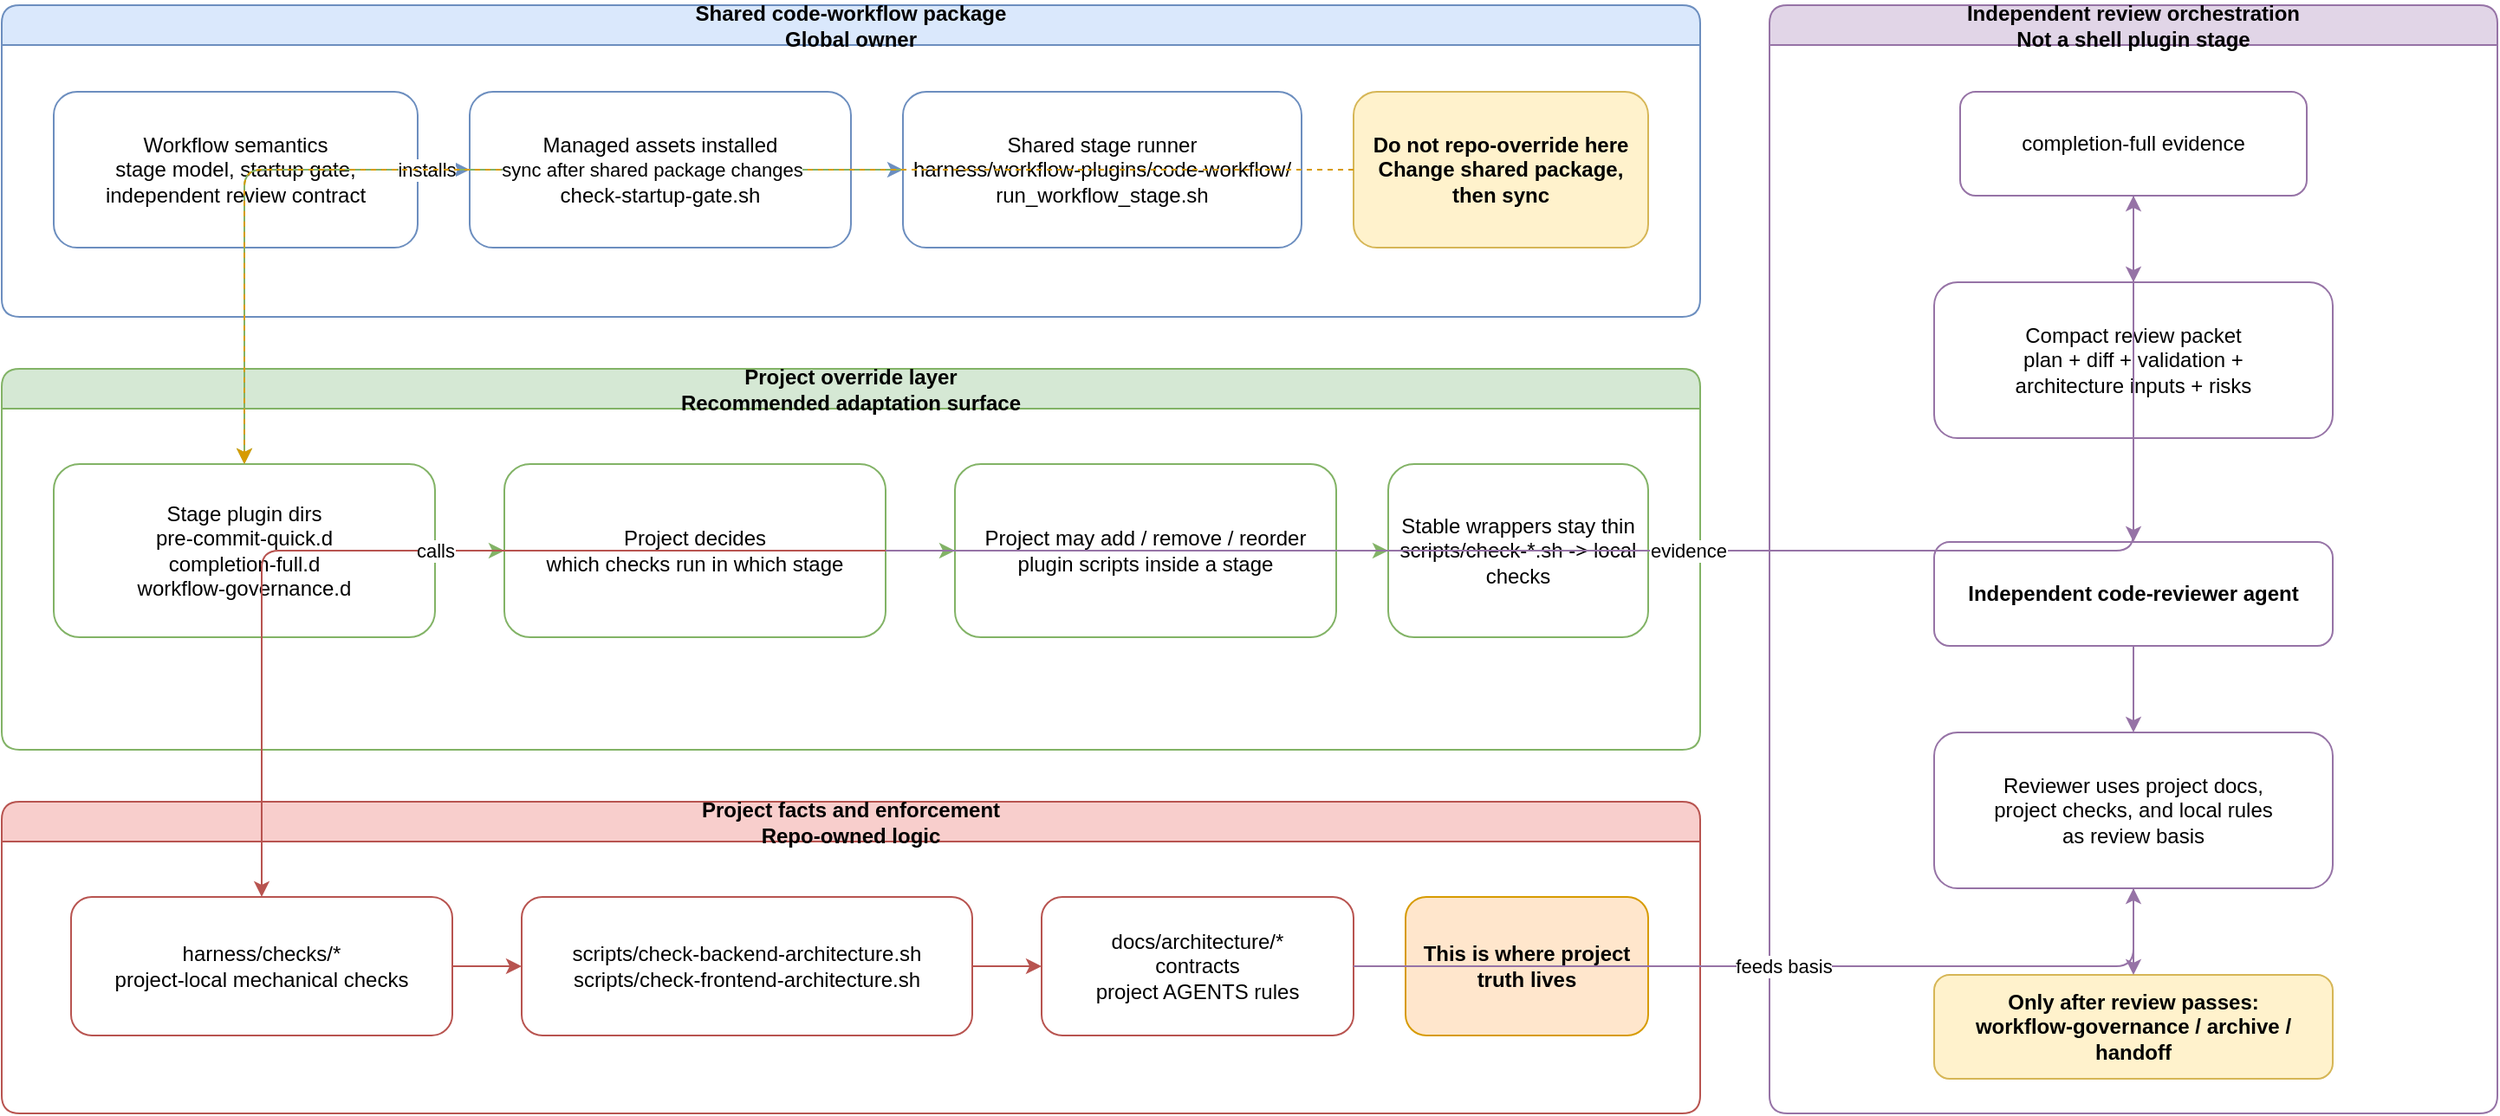
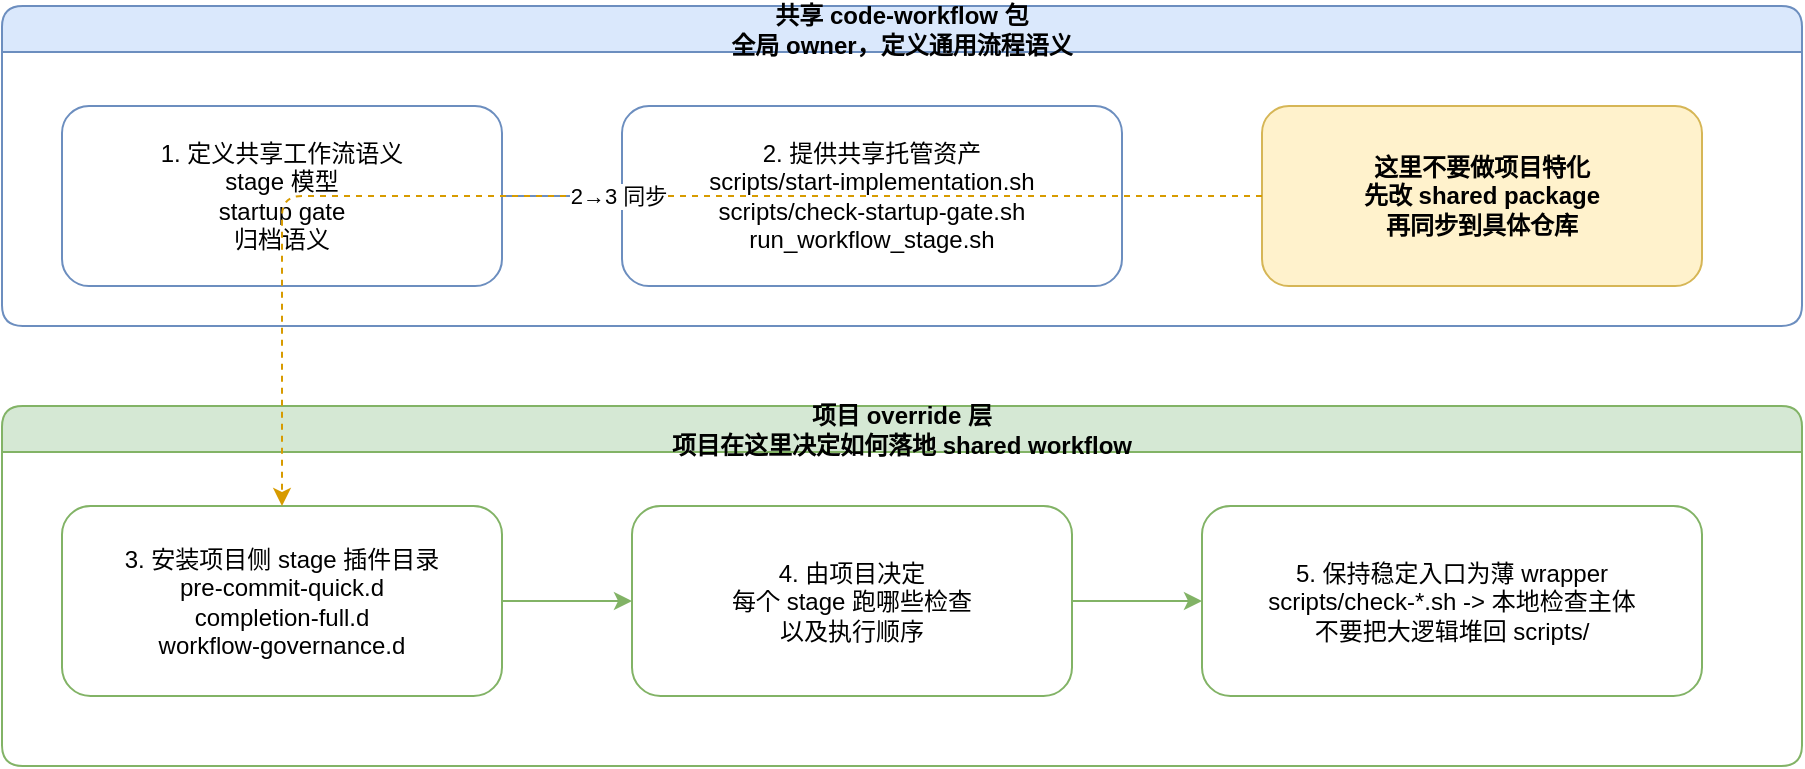
- <mxfile host="app.diagrams.net" modified="2026-06-06T23:30:00.000Z" agent="Codex" version="30.0.2">
+ <mxfile host="app.diagrams.net" modified="2026-06-07T05:05:00.000Z" agent="Codex" version="30.0.2">
  <diagram id="override-model" name="Override Model">
-     <mxGraphModel dx="1420" dy="840" grid="1" gridSize="10" guides="1" tooltips="1" connect="1" arrows="1" fold="1" page="1" pageScale="1" pageWidth="1600" pageHeight="900" math="0" shadow="0">
+     <mxGraphModel dx="1420" dy="840" grid="1" gridSize="10" guides="1" tooltips="1" connect="1" arrows="1" fold="1" page="1" pageScale="1" pageWidth="1200" pageHeight="700" math="0" shadow="0">
      <root>
        <mxCell id="0" />
        <mxCell id="1" parent="0" />
-         <mxCell id="10" value="Shared code-workflow package&#xa;Global owner" style="swimlane;html=1;rounded=1;whiteSpace=wrap;fillColor=#dae8fc;strokeColor=#6c8ebf;fontStyle=1;" vertex="1" parent="1">
-           <mxGeometry x="20" y="20" width="980" height="180" as="geometry" />
+ 
+         <mxCell id="10" value="共享 code-workflow 包&#xa;全局 owner，定义通用流程语义" style="swimlane;html=1;rounded=1;whiteSpace=wrap;fillColor=#dae8fc;strokeColor=#6c8ebf;fontStyle=1;" vertex="1" parent="1">
+           <mxGeometry x="20" y="20" width="900" height="160" as="geometry" />
        </mxCell>
-         <mxCell id="11" value="Workflow semantics&#xa;stage model, startup gate,&#xa;independent review contract" style="rounded=1;whiteSpace=wrap;html=1;fillColor=#ffffff;strokeColor=#6c8ebf;" vertex="1" parent="10">
-           <mxGeometry x="30" y="50" width="210" height="90" as="geometry" />
+         <mxCell id="11" value="1. 定义共享工作流语义&#xa;stage 模型&#xa;startup gate&#xa;归档语义" style="rounded=1;whiteSpace=wrap;html=1;fillColor=#ffffff;strokeColor=#6c8ebf;" vertex="1" parent="10">
+           <mxGeometry x="30" y="50" width="220" height="90" as="geometry" />
        </mxCell>
-         <mxCell id="12" value="Managed assets installed&#xa;scripts/start-implementation.sh&#xa;check-startup-gate.sh" style="rounded=1;whiteSpace=wrap;html=1;fillColor=#ffffff;strokeColor=#6c8ebf;" vertex="1" parent="10">
-           <mxGeometry x="270" y="50" width="220" height="90" as="geometry" />
+         <mxCell id="12" value="2. 提供共享托管资产&#xa;scripts/start-implementation.sh&#xa;scripts/check-startup-gate.sh&#xa;run_workflow_stage.sh" style="rounded=1;whiteSpace=wrap;html=1;fillColor=#ffffff;strokeColor=#6c8ebf;" vertex="1" parent="10">
+           <mxGeometry x="310" y="50" width="250" height="90" as="geometry" />
        </mxCell>
-         <mxCell id="13" value="Shared stage runner&#xa;harness/workflow-plugins/code-workflow/&#xa;run_workflow_stage.sh" style="rounded=1;whiteSpace=wrap;html=1;fillColor=#ffffff;strokeColor=#6c8ebf;" vertex="1" parent="10">
-           <mxGeometry x="520" y="50" width="230" height="90" as="geometry" />
-         </mxCell>
-         <mxCell id="14" value="Do not repo-override here&#xa;Change shared package, then sync" style="rounded=1;whiteSpace=wrap;html=1;fillColor=#fff2cc;strokeColor=#d6b656;fontStyle=1;" vertex="1" parent="10">
-           <mxGeometry x="780" y="50" width="170" height="90" as="geometry" />
+         <mxCell id="13" value="这里不要做项目特化&#xa;先改 shared package&#xa;再同步到具体仓库" style="rounded=1;whiteSpace=wrap;html=1;fillColor=#fff2cc;strokeColor=#d6b656;fontStyle=1;" vertex="1" parent="10">
+           <mxGeometry x="630" y="50" width="220" height="90" as="geometry" />
        </mxCell>

-         <mxCell id="20" value="Project override layer&#xa;Recommended adaptation surface" style="swimlane;html=1;rounded=1;whiteSpace=wrap;fillColor=#d5e8d4;strokeColor=#82b366;fontStyle=1;" vertex="1" parent="1">
-           <mxGeometry x="20" y="230" width="980" height="220" as="geometry" />
+         <mxCell id="20" value="项目 override 层&#xa;项目在这里决定如何落地 shared workflow" style="swimlane;html=1;rounded=1;whiteSpace=wrap;fillColor=#d5e8d4;strokeColor=#82b366;fontStyle=1;" vertex="1" parent="1">
+           <mxGeometry x="20" y="220" width="900" height="180" as="geometry" />
        </mxCell>
-         <mxCell id="21" value="Stage plugin dirs&#xa;pre-commit-quick.d&#xa;completion-full.d&#xa;workflow-governance.d" style="rounded=1;whiteSpace=wrap;html=1;fillColor=#ffffff;strokeColor=#82b366;" vertex="1" parent="20">
-           <mxGeometry x="30" y="55" width="220" height="100" as="geometry" />
+         <mxCell id="21" value="3. 安装项目侧 stage 插件目录&#xa;pre-commit-quick.d&#xa;completion-full.d&#xa;workflow-governance.d" style="rounded=1;whiteSpace=wrap;html=1;fillColor=#ffffff;strokeColor=#82b366;" vertex="1" parent="20">
+           <mxGeometry x="30" y="50" width="220" height="95" as="geometry" />
        </mxCell>
-         <mxCell id="22" value="Project decides&#xa;which checks run in which stage" style="rounded=1;whiteSpace=wrap;html=1;fillColor=#ffffff;strokeColor=#82b366;" vertex="1" parent="20">
-           <mxGeometry x="290" y="55" width="220" height="100" as="geometry" />
+         <mxCell id="22" value="4. 由项目决定&#xa;每个 stage 跑哪些检查&#xa;以及执行顺序" style="rounded=1;whiteSpace=wrap;html=1;fillColor=#ffffff;strokeColor=#82b366;" vertex="1" parent="20">
+           <mxGeometry x="315" y="50" width="220" height="95" as="geometry" />
        </mxCell>
-         <mxCell id="23" value="Project may add / remove / reorder&#xa;plugin scripts inside a stage" style="rounded=1;whiteSpace=wrap;html=1;fillColor=#ffffff;strokeColor=#82b366;" vertex="1" parent="20">
-           <mxGeometry x="550" y="55" width="220" height="100" as="geometry" />
-         </mxCell>
-         <mxCell id="24" value="Stable wrappers stay thin&#xa;scripts/check-*.sh -> local checks" style="rounded=1;whiteSpace=wrap;html=1;fillColor=#ffffff;strokeColor=#82b366;" vertex="1" parent="20">
-           <mxGeometry x="800" y="55" width="150" height="100" as="geometry" />
-         </mxCell>
- 
-         <mxCell id="30" value="Project facts and enforcement&#xa;Repo-owned logic" style="swimlane;html=1;rounded=1;whiteSpace=wrap;fillColor=#f8cecc;strokeColor=#b85450;fontStyle=1;" vertex="1" parent="1">
-           <mxGeometry x="20" y="480" width="980" height="180" as="geometry" />
-         </mxCell>
-         <mxCell id="31" value="harness/checks/*&#xa;project-local mechanical checks" style="rounded=1;whiteSpace=wrap;html=1;fillColor=#ffffff;strokeColor=#b85450;" vertex="1" parent="30">
-           <mxGeometry x="40" y="55" width="220" height="80" as="geometry" />
-         </mxCell>
-         <mxCell id="32" value="scripts/check-backend-architecture.sh&#xa;scripts/check-frontend-architecture.sh" style="rounded=1;whiteSpace=wrap;html=1;fillColor=#ffffff;strokeColor=#b85450;" vertex="1" parent="30">
-           <mxGeometry x="300" y="55" width="260" height="80" as="geometry" />
-         </mxCell>
-         <mxCell id="33" value="docs/architecture/*&#xa;contracts&#xa;project AGENTS rules" style="rounded=1;whiteSpace=wrap;html=1;fillColor=#ffffff;strokeColor=#b85450;" vertex="1" parent="30">
-           <mxGeometry x="600" y="55" width="180" height="80" as="geometry" />
-         </mxCell>
-         <mxCell id="34" value="This is where project truth lives" style="rounded=1;whiteSpace=wrap;html=1;fillColor=#ffe6cc;strokeColor=#d79b00;fontStyle=1;" vertex="1" parent="30">
-           <mxGeometry x="810" y="55" width="140" height="80" as="geometry" />
-         </mxCell>
- 
-         <mxCell id="40" value="Independent review orchestration&#xa;Not a shell plugin stage" style="swimlane;html=1;rounded=1;whiteSpace=wrap;fillColor=#e1d5e7;strokeColor=#9673a6;fontStyle=1;" vertex="1" parent="1">
-           <mxGeometry x="1040" y="20" width="420" height="640" as="geometry" />
-         </mxCell>
-         <mxCell id="41" value="completion-full evidence" style="rounded=1;whiteSpace=wrap;html=1;fillColor=#ffffff;strokeColor=#9673a6;" vertex="1" parent="40">
-           <mxGeometry x="110" y="50" width="200" height="60" as="geometry" />
-         </mxCell>
-         <mxCell id="42" value="Compact review packet&#xa;plan + diff + validation +&#xa;architecture inputs + risks" style="rounded=1;whiteSpace=wrap;html=1;fillColor=#ffffff;strokeColor=#9673a6;" vertex="1" parent="40">
-           <mxGeometry x="95" y="160" width="230" height="90" as="geometry" />
-         </mxCell>
-         <mxCell id="43" value="Independent code-reviewer agent" style="rounded=1;whiteSpace=wrap;html=1;fillColor=#ffffff;strokeColor=#9673a6;fontStyle=1;" vertex="1" parent="40">
-           <mxGeometry x="95" y="310" width="230" height="60" as="geometry" />
-         </mxCell>
-         <mxCell id="44" value="Reviewer uses project docs,&#xa;project checks, and local rules&#xa;as review basis" style="rounded=1;whiteSpace=wrap;html=1;fillColor=#ffffff;strokeColor=#9673a6;" vertex="1" parent="40">
-           <mxGeometry x="95" y="420" width="230" height="90" as="geometry" />
-         </mxCell>
-         <mxCell id="45" value="Only after review passes:&#xa;workflow-governance / archive / handoff" style="rounded=1;whiteSpace=wrap;html=1;fillColor=#fff2cc;strokeColor=#d6b656;fontStyle=1;" vertex="1" parent="40">
-           <mxGeometry x="95" y="560" width="230" height="60" as="geometry" />
+         <mxCell id="23" value="5. 保持稳定入口为薄 wrapper&#xa;scripts/check-*.sh -&gt; 本地检查主体&#xa;不要把大逻辑堆回 scripts/" style="rounded=1;whiteSpace=wrap;html=1;fillColor=#ffffff;strokeColor=#82b366;" vertex="1" parent="20">
+           <mxGeometry x="600" y="50" width="250" height="95" as="geometry" />
        </mxCell>

        <mxCell id="101" style="edgeStyle=orthogonalEdgeStyle;rounded=1;html=1;endArrow=classic;strokeColor=#6c8ebf;" edge="1" parent="1" source="11" target="12">
          <mxGeometry relative="1" as="geometry" />
        </mxCell>
-         <mxCell id="102" style="edgeStyle=orthogonalEdgeStyle;rounded=1;html=1;endArrow=classic;strokeColor=#6c8ebf;" edge="1" parent="1" source="12" target="13">
+         <mxCell id="102" value="2→3 同步" style="edgeStyle=orthogonalEdgeStyle;rounded=1;html=1;dashed=1;endArrow=classic;strokeColor=#d79b00;" edge="1" parent="1" source="13" target="21">
          <mxGeometry relative="1" as="geometry" />
        </mxCell>
-         <mxCell id="103" value="installs" style="edgeStyle=orthogonalEdgeStyle;rounded=1;html=1;endArrow=classic;strokeColor=#82b366;" edge="1" parent="1" source="13" target="21">
+         <mxCell id="103" style="edgeStyle=orthogonalEdgeStyle;rounded=1;html=1;endArrow=classic;strokeColor=#82b366;" edge="1" parent="1" source="21" target="22">
          <mxGeometry relative="1" as="geometry" />
        </mxCell>
-         <mxCell id="104" style="edgeStyle=orthogonalEdgeStyle;rounded=1;html=1;endArrow=classic;strokeColor=#82b366;" edge="1" parent="1" source="21" target="22">
-           <mxGeometry relative="1" as="geometry" />
-         </mxCell>
-         <mxCell id="105" style="edgeStyle=orthogonalEdgeStyle;rounded=1;html=1;endArrow=classic;strokeColor=#82b366;" edge="1" parent="1" source="22" target="23">
-           <mxGeometry relative="1" as="geometry" />
-         </mxCell>
-         <mxCell id="106" style="edgeStyle=orthogonalEdgeStyle;rounded=1;html=1;endArrow=classic;strokeColor=#82b366;" edge="1" parent="1" source="23" target="24">
-           <mxGeometry relative="1" as="geometry" />
-         </mxCell>
-         <mxCell id="107" value="calls" style="edgeStyle=orthogonalEdgeStyle;rounded=1;html=1;endArrow=classic;strokeColor=#b85450;" edge="1" parent="1" source="23" target="31">
-           <mxGeometry relative="1" as="geometry" />
-         </mxCell>
-         <mxCell id="108" style="edgeStyle=orthogonalEdgeStyle;rounded=1;html=1;endArrow=classic;strokeColor=#b85450;" edge="1" parent="1" source="31" target="32">
-           <mxGeometry relative="1" as="geometry" />
-         </mxCell>
-         <mxCell id="109" style="edgeStyle=orthogonalEdgeStyle;rounded=1;html=1;endArrow=classic;strokeColor=#b85450;" edge="1" parent="1" source="32" target="33">
-           <mxGeometry relative="1" as="geometry" />
-         </mxCell>
-         <mxCell id="110" value="feeds basis" style="edgeStyle=orthogonalEdgeStyle;rounded=1;html=1;endArrow=classic;strokeColor=#9673a6;" edge="1" parent="1" source="33" target="44">
-           <mxGeometry relative="1" as="geometry" />
-         </mxCell>
-         <mxCell id="111" value="evidence" style="edgeStyle=orthogonalEdgeStyle;rounded=1;html=1;endArrow=classic;strokeColor=#9673a6;" edge="1" parent="1" source="22" target="41">
-           <mxGeometry relative="1" as="geometry" />
-         </mxCell>
-         <mxCell id="112" style="edgeStyle=orthogonalEdgeStyle;rounded=1;html=1;endArrow=classic;strokeColor=#9673a6;" edge="1" parent="1" source="41" target="42">
-           <mxGeometry relative="1" as="geometry" />
-         </mxCell>
-         <mxCell id="113" style="edgeStyle=orthogonalEdgeStyle;rounded=1;html=1;endArrow=classic;strokeColor=#9673a6;" edge="1" parent="1" source="42" target="43">
-           <mxGeometry relative="1" as="geometry" />
-         </mxCell>
-         <mxCell id="114" style="edgeStyle=orthogonalEdgeStyle;rounded=1;html=1;endArrow=classic;strokeColor=#9673a6;" edge="1" parent="1" source="43" target="44">
-           <mxGeometry relative="1" as="geometry" />
-         </mxCell>
-         <mxCell id="115" style="edgeStyle=orthogonalEdgeStyle;rounded=1;html=1;endArrow=classic;strokeColor=#9673a6;" edge="1" parent="1" source="44" target="45">
-           <mxGeometry relative="1" as="geometry" />
-         </mxCell>
-         <mxCell id="116" value="sync after shared package changes" style="edgeStyle=orthogonalEdgeStyle;rounded=1;html=1;dashed=1;endArrow=classic;strokeColor=#d79b00;" edge="1" parent="1" source="14" target="21">
+         <mxCell id="104" style="edgeStyle=orthogonalEdgeStyle;rounded=1;html=1;endArrow=classic;strokeColor=#82b366;" edge="1" parent="1" source="22" target="23">
          <mxGeometry relative="1" as="geometry" />
        </mxCell>
      </root>
    </mxGraphModel>
  </diagram>
</mxfile>
